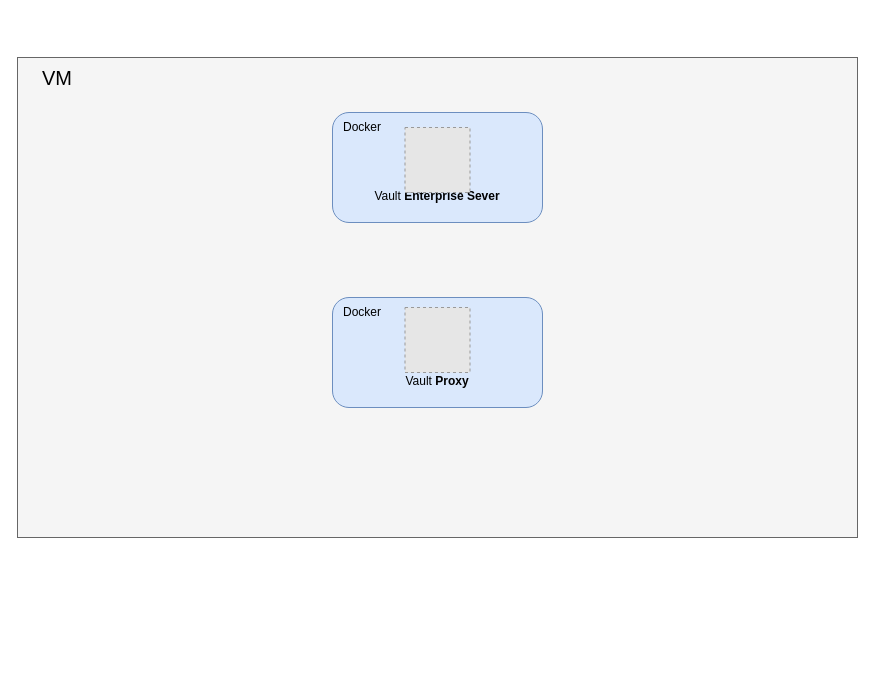
Above: vault-vault-actual-deployment-arch.drawio in YanshanSong/draw.io (draw.io), before the change. Source tidied: cells renumbered, new cells numbered last; positions are measured from the earlier drawing's top-left corner, leaving out a move shared by most shapes. Both pictures are drawn from the tidied source at 100%, with x=0, y=0 at pixel (17, 57). Pictures stored in the file or linked from it are replaced by grey dashed boxes.
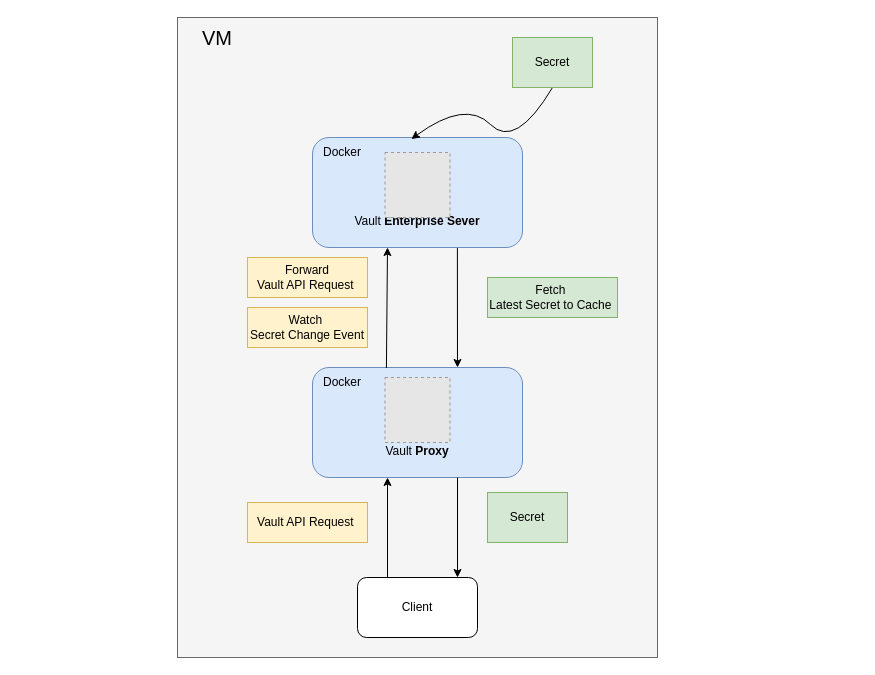
After the change.

Unchanged cells that the change refers to:
```xml
<mxCell id="5" value="&lt;div&gt;&lt;br&gt;&lt;/div&gt;&lt;div&gt;&lt;br&gt;&lt;/div&gt;&lt;div&gt;&lt;br&gt;&lt;/div&gt;&lt;div&gt;&lt;br&gt;&lt;/div&gt;&lt;div&gt;Vault &lt;b&gt;Enterprise Sever&lt;/b&gt;&lt;/div&gt;" style="rounded=1;whiteSpace=wrap;html=1;fillColor=#dae8fc;strokeColor=#6c8ebf;" parent="4" vertex="1">
  <mxGeometry width="210" height="110" as="geometry" />
</mxCell>
<mxCell id="9" value="&lt;div&gt;&lt;br&gt;&lt;/div&gt;&lt;div&gt;&lt;br&gt;&lt;/div&gt;&lt;div&gt;&lt;br&gt;&lt;/div&gt;&lt;div&gt;&lt;br&gt;&lt;/div&gt;&lt;div&gt;Vault &lt;b&gt;Proxy&lt;/b&gt;&lt;/div&gt;" style="rounded=1;whiteSpace=wrap;html=1;fillColor=#dae8fc;strokeColor=#6c8ebf;" parent="8" vertex="1">
  <mxGeometry width="210" height="110" as="geometry" />
</mxCell>
```

Diff of the diagram source:
```diff
@@
     <mxCell id="2" style="rounded=0;whiteSpace=wrap;html=1;fillColor=#f5f5f5;fontColor=#333333;strokeColor=#666666;" parent="1" vertex="1">
-      <mxGeometry width="840" height="480" as="geometry" />
+      <mxGeometry x="160" y="-40" width="480" height="640" as="geometry" />
     </mxCell>
     <mxCell id="3" value="VM" style="text;html=1;align=center;verticalAlign=middle;whiteSpace=wrap;rounded=0;fontSize=20;" parent="1" vertex="1">
-      <mxGeometry width="80" height="40" as="geometry" />
+      <mxGeometry x="160" y="-40" width="80" height="40" as="geometry" />
     </mxCell>
     <mxCell id="4" style="group;" parent="1" vertex="1">
-      <mxGeometry x="315" y="55" width="210" height="110" as="geometry" />
+      <mxGeometry x="295" y="80" width="210" height="110" as="geometry" />
     </mxCell>
@@
     <mxCell id="8" style="group;" parent="1" vertex="1">
-      <mxGeometry x="315" y="240" width="210" height="110" as="geometry" />
+      <mxGeometry x="295" y="310" width="210" height="110" as="geometry" />
     </mxCell>
@@
+    <mxCell id="12" style="endArrow=classic;html=1;rounded=0;exitX=0.352;exitY=0.005;exitDx=0;exitDy=0;exitPerimeter=0;" parent="1" edge="1" source="9">
+      <mxGeometry relative="1" as="geometry">
+        <mxPoint x="370" y="190" as="targetPoint" />
+      </mxGeometry>
+    </mxCell>
+    <mxCell id="13" style="endArrow=classic;html=1;rounded=0;exitX=0.69;exitY=1.005;exitDx=0;exitDy=0;exitPerimeter=0;" parent="1" edge="1" source="5">
+      <mxGeometry relative="1" as="geometry">
+        <mxPoint x="440" y="310" as="targetPoint" />
+      </mxGeometry>
+    </mxCell>
+    <mxCell id="14" style="curved=1;endArrow=classic;html=1;rounded=0;entryX=0.471;entryY=0.014;entryDx=0;entryDy=0;entryPerimeter=0;exitX=0.5;exitY=1;exitDx=0;exitDy=0;" parent="1" edge="1" source="15" target="5">
+      <mxGeometry relative="1" as="geometry">
+        <Array as="points">
+          <mxPoint x="498" y="92" />
+          <mxPoint x="448" y="42" />
+        </Array>
+      </mxGeometry>
+    </mxCell>
+    <mxCell id="15" value="Secret" style="text;html=1;align=center;verticalAlign=middle;whiteSpace=wrap;rounded=0;strokeColor=#82b366;fillColor=#d5e8d4;" parent="1" vertex="1">
+      <mxGeometry x="495" y="-20" width="80" height="50" as="geometry" />
+    </mxCell>
+    <mxCell id="16" style="endArrow=classic;html=1;rounded=0;exitX=0.25;exitY=0;exitDx=0;exitDy=0;" parent="1" edge="1" source="19">
+      <mxGeometry relative="1" as="geometry">
+        <mxPoint x="370" y="420" as="targetPoint" />
+      </mxGeometry>
+    </mxCell>
+    <mxCell id="17" value="&lt;div&gt;&lt;div&gt;Vault API Request&amp;nbsp;&lt;/div&gt;&lt;/div&gt;" style="text;html=1;align=center;verticalAlign=middle;whiteSpace=wrap;rounded=0;strokeColor=#d6b656;fillColor=#fff2cc;" parent="1" vertex="1">
+      <mxGeometry x="230" y="445" width="120" height="40" as="geometry" />
+    </mxCell>
+    <mxCell id="18" value="Secret" style="text;html=1;align=center;verticalAlign=middle;whiteSpace=wrap;rounded=0;strokeColor=#82b366;fillColor=#d5e8d4;" parent="1" vertex="1">
+      <mxGeometry x="470" y="435" width="80" height="50" as="geometry" />
+    </mxCell>
+    <mxCell id="19" value="Client" style="rounded=1;whiteSpace=wrap;html=1;" parent="1" vertex="1">
+      <mxGeometry x="340" y="520" width="120" height="60" as="geometry" />
+    </mxCell>
+    <mxCell id="20" value="Watch&lt;span style=&quot;background-color: initial;&quot;&gt;&amp;nbsp;&lt;/span&gt;&lt;div&gt;&lt;div&gt;Secret Change Event&lt;/div&gt;&lt;/div&gt;" style="text;html=1;align=center;verticalAlign=middle;whiteSpace=wrap;rounded=0;strokeColor=#d6b656;fillColor=#fff2cc;" parent="1" vertex="1">
+      <mxGeometry x="230" y="250" width="120" height="40" as="geometry" />
+    </mxCell>
+    <mxCell id="21" value="&lt;div&gt;&lt;div&gt;Fetch&amp;nbsp;&lt;/div&gt;&lt;div&gt;Latest Secret to Cache&amp;nbsp;&lt;/div&gt;&lt;/div&gt;" style="text;html=1;align=center;verticalAlign=middle;whiteSpace=wrap;rounded=0;strokeColor=#82b366;fillColor=#d5e8d4;" parent="1" vertex="1">
+      <mxGeometry x="470" y="220" width="130" height="40" as="geometry" />
+    </mxCell>
+    <mxCell id="22" value="&lt;span style=&quot;background-color: initial;&quot;&gt;Forward&lt;/span&gt;&lt;div&gt;&lt;div&gt;Vault API Request&amp;nbsp;&lt;/div&gt;&lt;/div&gt;" style="text;html=1;align=center;verticalAlign=middle;whiteSpace=wrap;rounded=0;strokeColor=#d6b656;fillColor=#fff2cc;" parent="1" vertex="1">
+      <mxGeometry x="230" y="200" width="120" height="40" as="geometry" />
+    </mxCell>
+    <mxCell id="23" style="endArrow=classic;html=1;rounded=0;exitX=0.69;exitY=1.005;exitDx=0;exitDy=0;exitPerimeter=0;" parent="1" edge="1">
+      <mxGeometry relative="1" as="geometry">
+        <mxPoint x="440" y="420" as="sourcePoint" />
+        <mxPoint x="440" y="520" as="targetPoint" />
+      </mxGeometry>
+    </mxCell>
```
